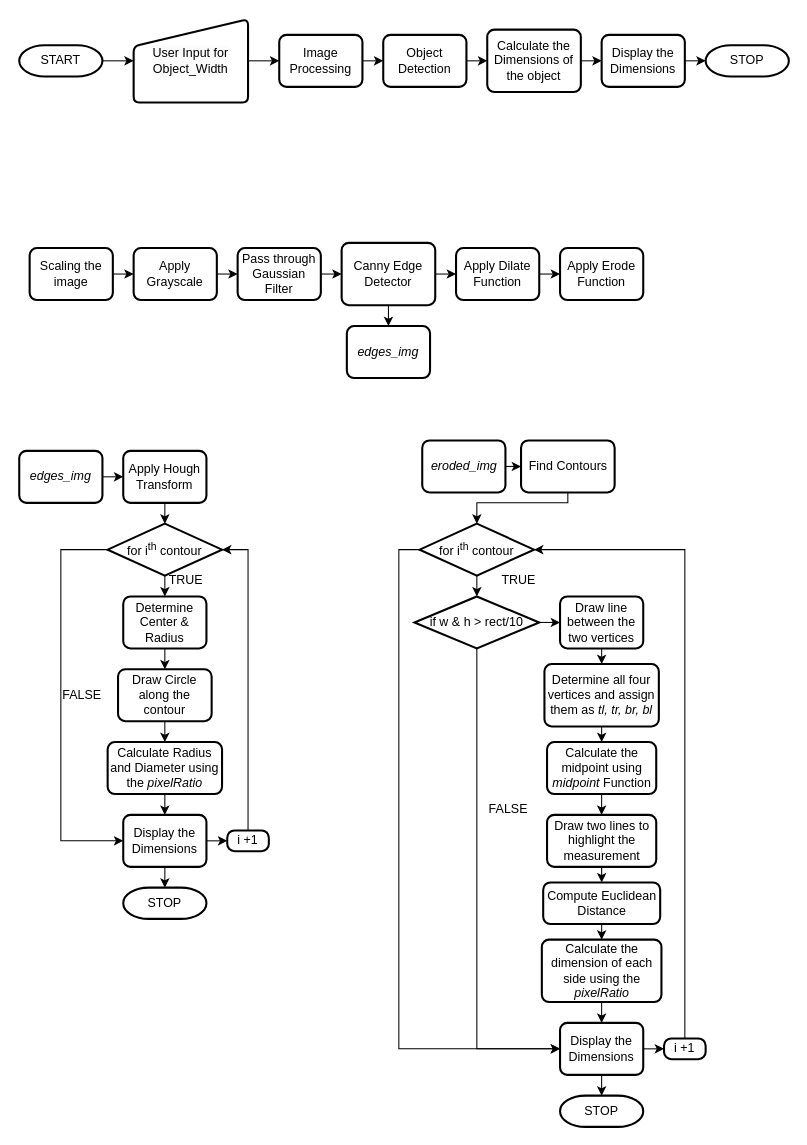
Earlier version of the draw.io diagram Machine Vision.drawio (sairajdillikar/Flow-Diagrams). Source tidied: cells renumbered, new cells numbered last; positions are measured from the earlier drawing's top-left corner, leaving out a move shared by most shapes. Both pictures are drawn from the tidied source at 104%, with x=0, y=0 at pixel (19, 19).
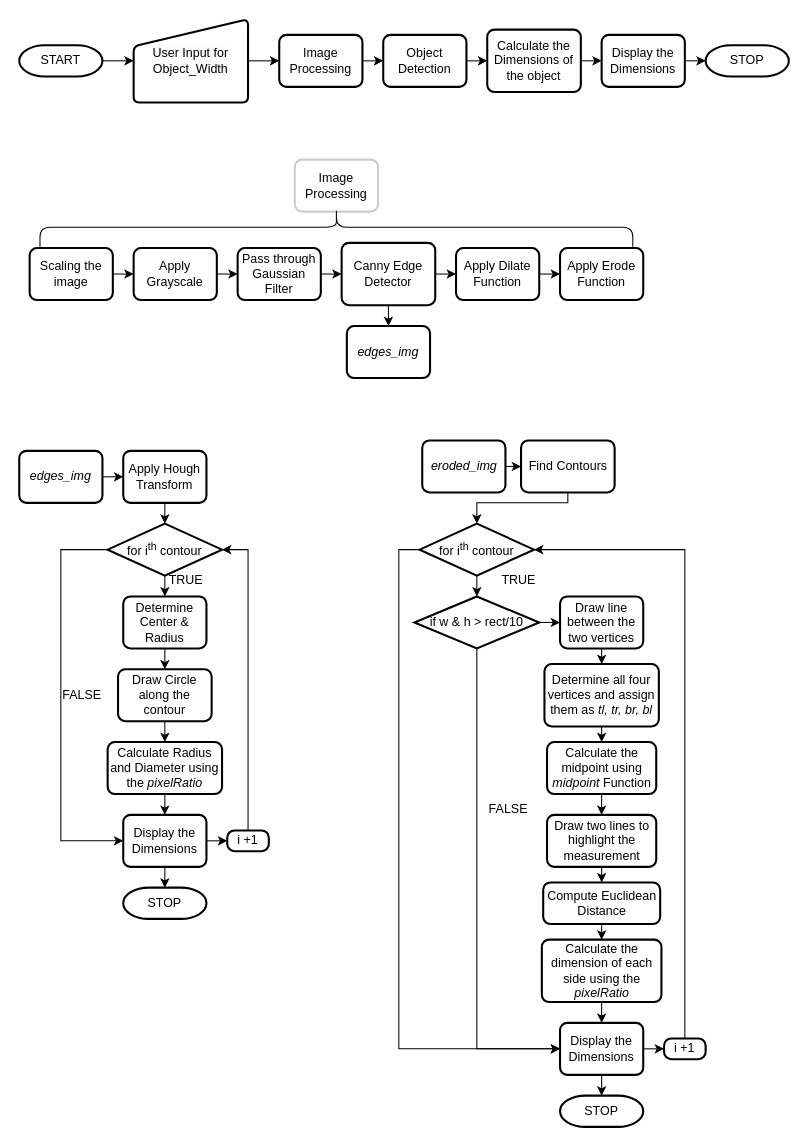
Above is the later version.

The edit, as a diff of the source:
```diff
@@
+    <mxCell id="79" value="Image Processing" style="rounded=1;whiteSpace=wrap;html=1;absoluteArcSize=1;arcSize=14;strokeWidth=2;strokeColor=#CCCCCC;" parent="1" vertex="1">
+      <mxGeometry x="265" y="135" width="80" height="50" as="geometry" />
+    </mxCell>
+    <mxCell id="80" style="shape=curlyBracket;whiteSpace=wrap;html=1;rounded=1;labelPosition=left;verticalLabelPosition=middle;align=right;verticalAlign=middle;rotation=90;" parent="1" vertex="1">
+      <mxGeometry x="286.2" y="-85" width="37.5" height="570" as="geometry" />
+    </mxCell>
```
